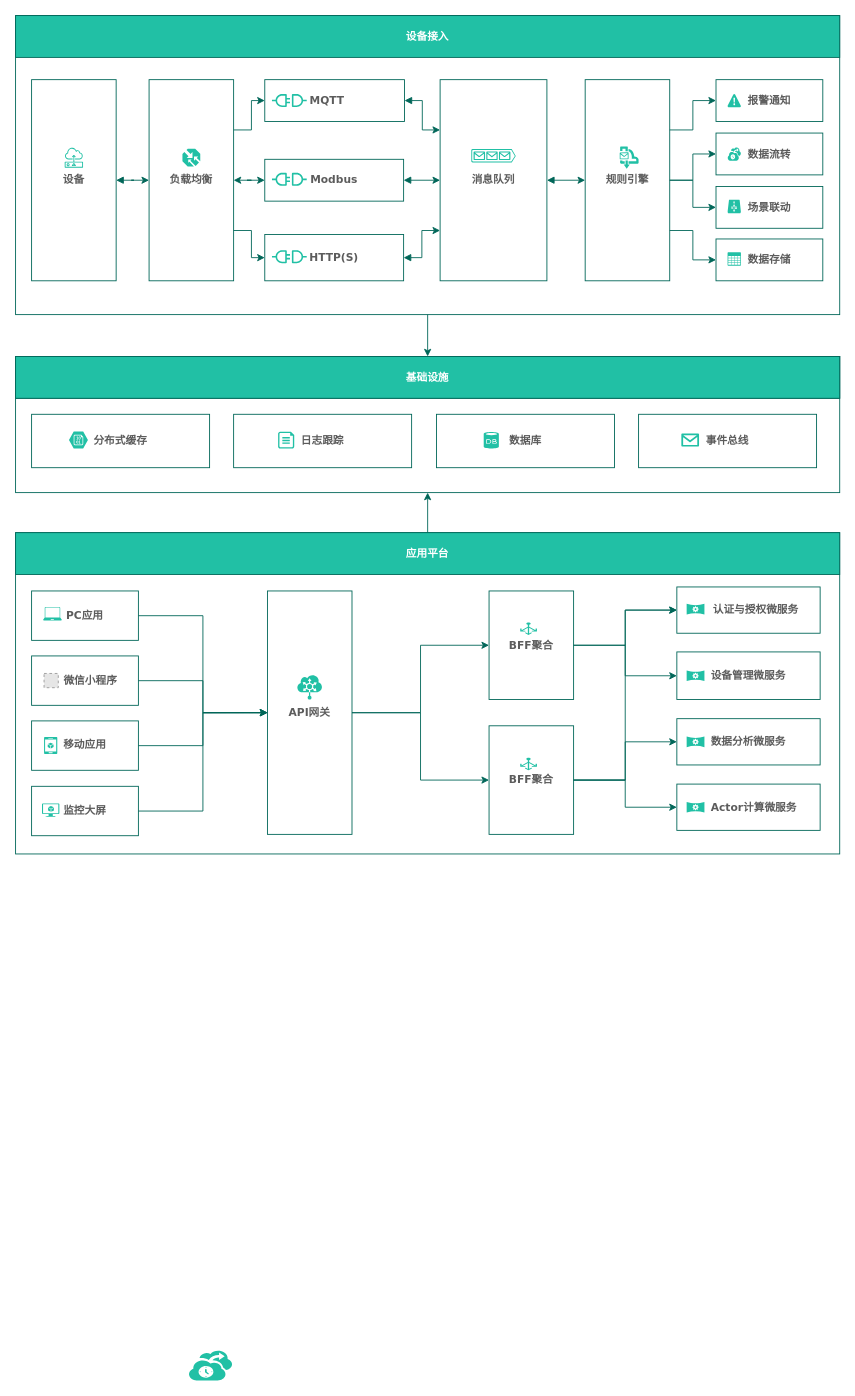
Above: page "软件架构图" (2 of 2) of 零度架构.drawio in bit365/diagrams (draw.io), before the change. Source tidied: cells renumbered, new cells numbered last; positions are measured from the earlier drawing's top-left corner, leaving out a move shared by most shapes. Both pictures are drawn from the tidied source at 89%, with x=0, y=0 at pixel (15, 15). Pictures stored in the file or linked from it are replaced by grey dashed boxes.
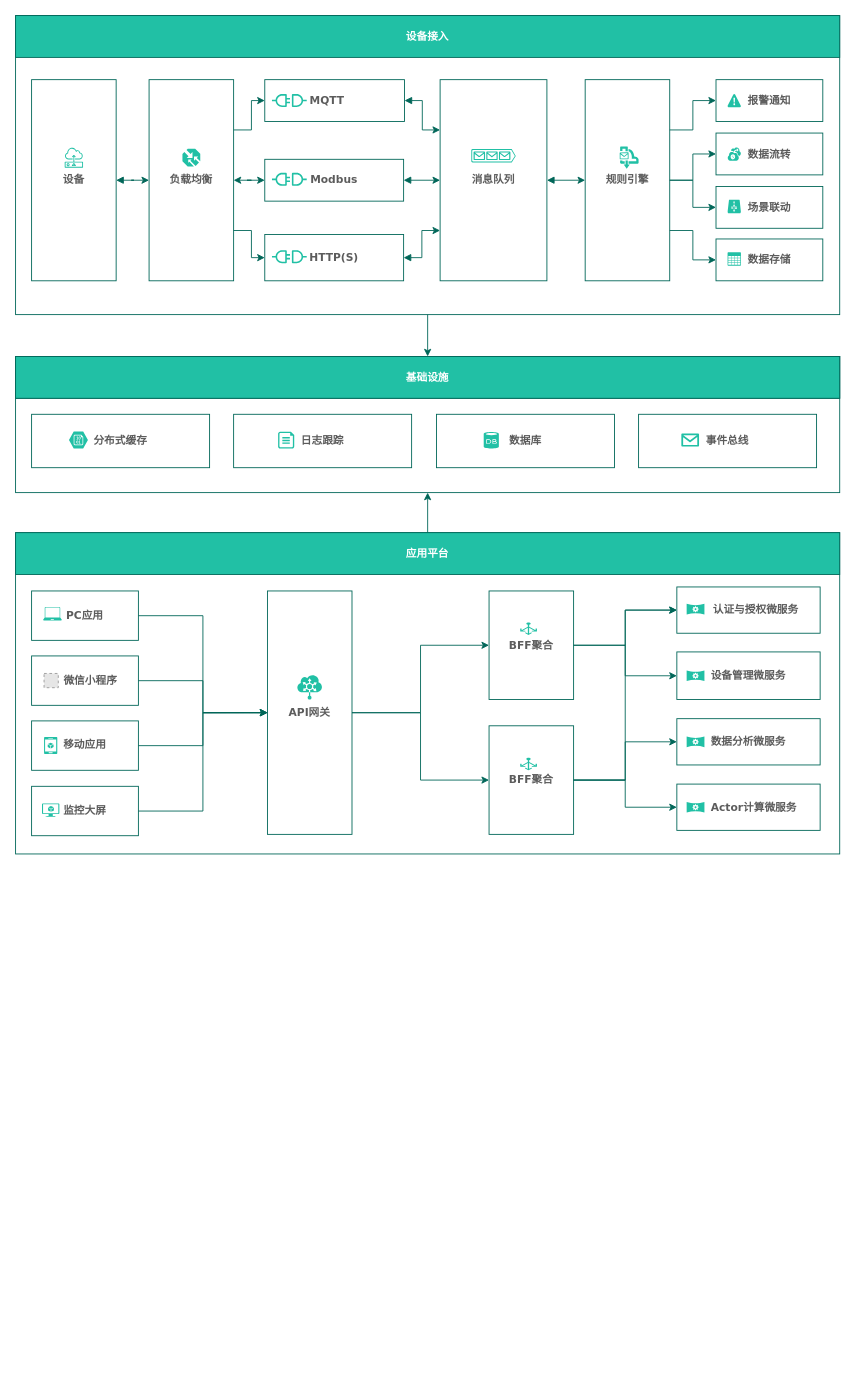
Above is the later version.

Commit message:
更新零度架构.drawio

Diff of the diagram source:
```diff
@@
-    <mxCell id="78" style="verticalLabelPosition=bottom;html=1;verticalAlign=top;align=center;strokeColor=none;shape=mxgraph.azure.backup_service;rounded=0;fontStyle=1;fontFamily=Verdana;fillColor=#21C0A5;fontColor=#5C5C5C;sketch=0;" parent="1" vertex="1">
-      <mxGeometry x="194.3" y="1499.5" width="49.3" height="34" as="geometry" />
-    </mxCell>
```
